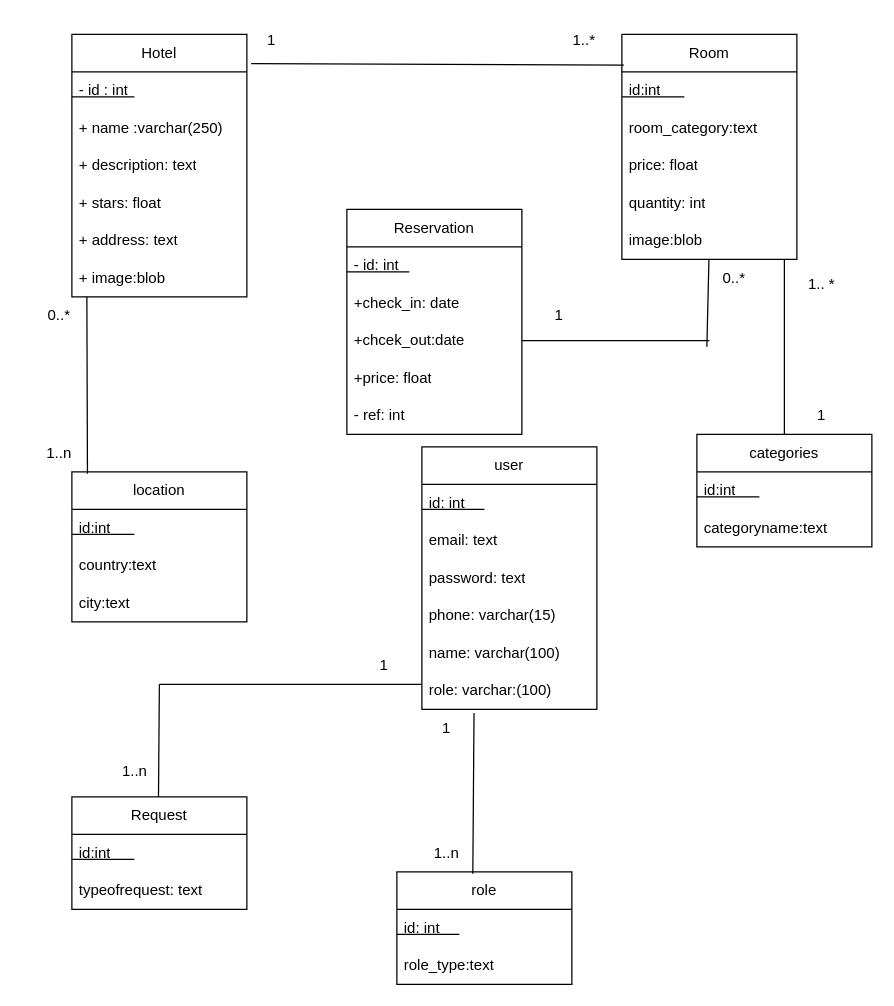
Above: diagrames/diagramclass.drawio in AmeksaKhadija/YouBooking (draw.io), before the change. Source tidied: cells renumbered, new cells numbered last; positions are measured from the earlier drawing's top-left corner, leaving out a move shared by most shapes. Both pictures are drawn from the tidied source at 125%, with x=0, y=0 at pixel (21, 21).
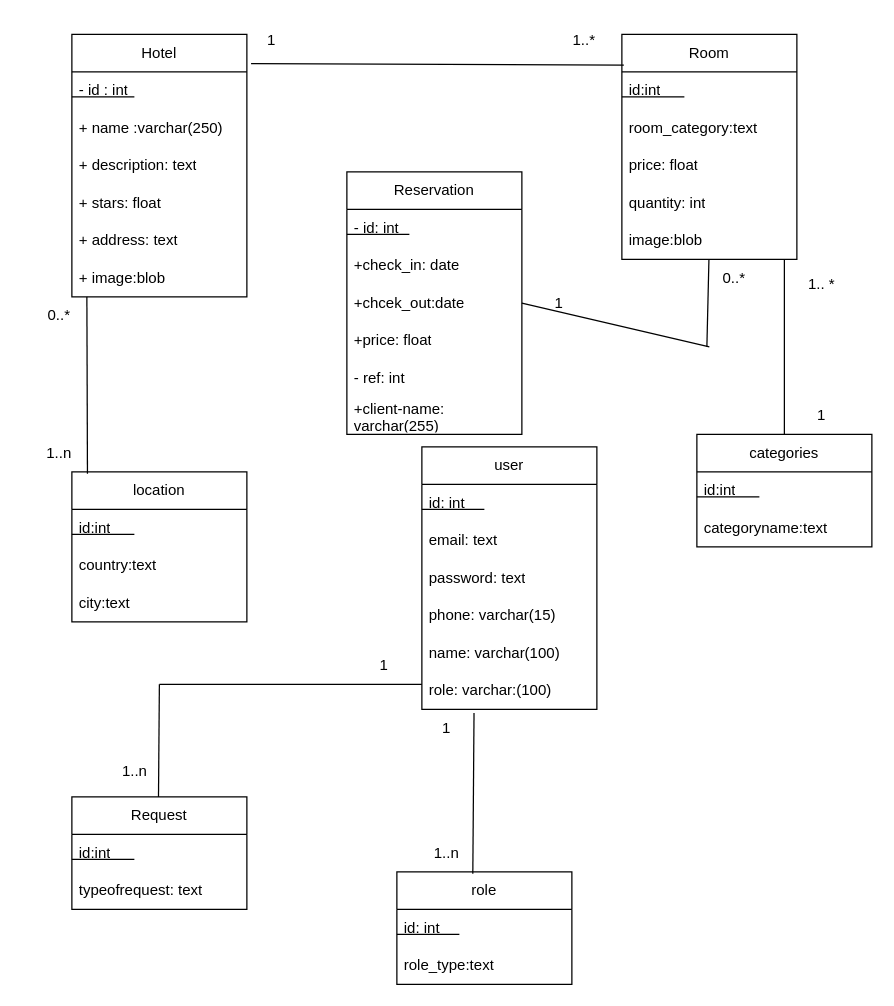
After the change.

The change refers to these unchanged cells:
```xml
<mxCell id="21" value="+chcek_out:date" style="text;strokeColor=none;fillColor=none;align=left;verticalAlign=middle;spacingLeft=4;spacingRight=4;overflow=hidden;points=[[0,0.5],[1,0.5]];portConstraint=eastwest;whiteSpace=wrap;html=1;" parent="17" vertex="1">
  <mxGeometry y="90" width="140" height="30" as="geometry" />
</mxCell>
```

The edit, as a diff of the source:
```diff
@@
     <mxCell id="17" value="Reservation" style="swimlane;fontStyle=0;horizontal=1;startSize=30;whiteSpace=wrap;html=1;" parent="1" vertex="1">
-      <mxGeometry x="260" y="150" width="140" height="180" as="geometry" />
+      <mxGeometry x="260" y="120" width="140" height="210" as="geometry" />
     </mxCell>
@@
+    <mxCell id="69" value="+client-name: varchar(255)" style="text;strokeColor=none;fillColor=none;align=left;verticalAlign=middle;spacingLeft=4;spacingRight=4;overflow=hidden;whiteSpace=wrap;html=1;" parent="17" vertex="1">
+      <mxGeometry y="180" width="140" height="30" as="geometry" />
+    </mxCell>
@@
     <mxCell id="51" style="endArrow=none;html=1;exitX=1;exitY=0.5;exitDx=0;exitDy=0;" parent="1" edge="1" source="21">
       <mxGeometry relative="1" as="geometry">
-        <mxPoint x="550" y="255" as="targetPoint" />
+        <mxPoint x="550" y="260" as="targetPoint" />
       </mxGeometry>
     </mxCell>
@@
     <mxCell id="59" value="1" style="text;html=1;strokeColor=none;fillColor=none;align=center;verticalAlign=middle;whiteSpace=wrap;rounded=0;" parent="1" vertex="1">
-      <mxGeometry x="400" y="220" width="60" height="30" as="geometry" />
+      <mxGeometry x="400" y="210" width="60" height="30" as="geometry" />
     </mxCell>
```
